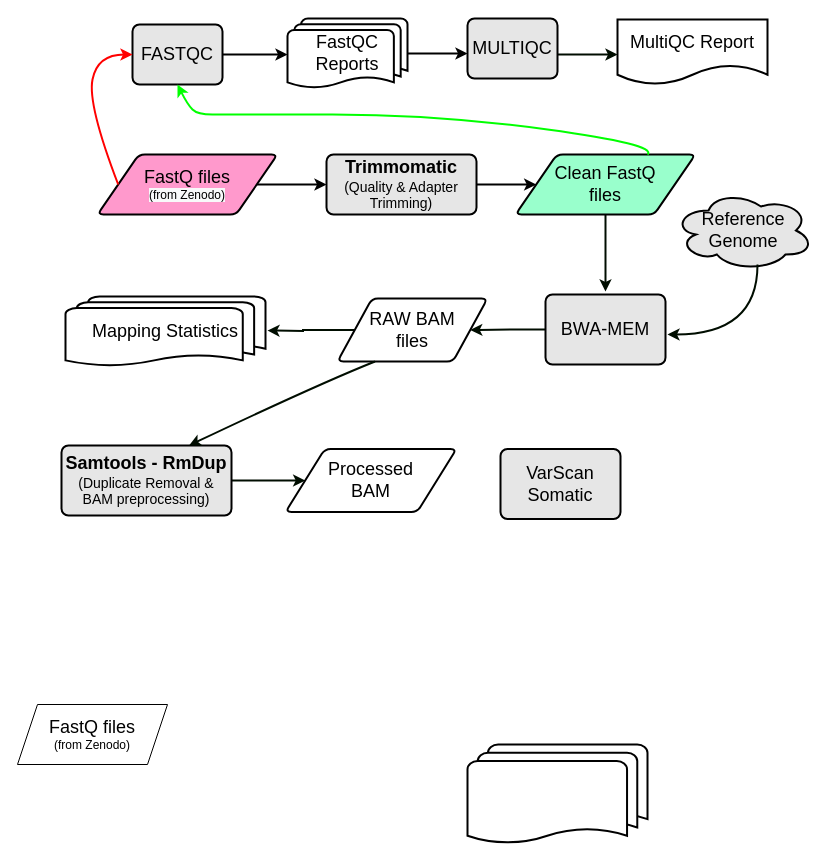
Earlier version of the draw.io diagram Untitled Diagram.drawio (orindacynthia21/Somatic-and-Germline-variant-Identification-from-Tumor-and-normal-Sample-Pairs). Source tidied: cells renumbered, new cells numbered last; positions are measured from the earlier drawing's top-left corner, leaving out a move shared by most shapes. Both pictures are drawn from the tidied source at 100%, with x=0, y=0 at pixel (17, 18).
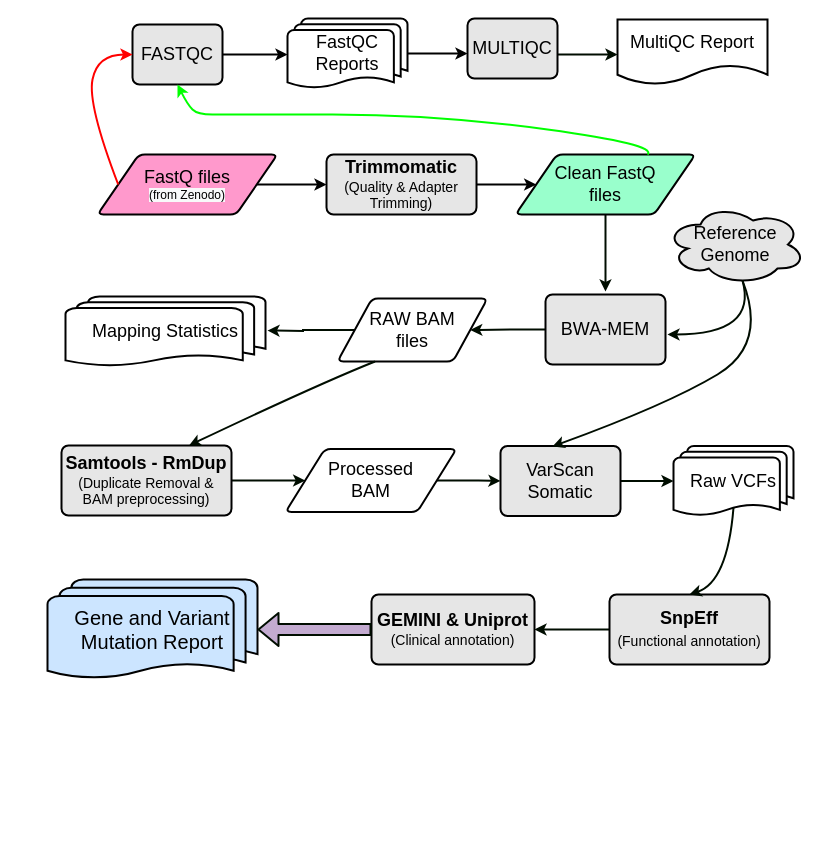
The same page after the edit.

The change refers to these unchanged cells:
```xml
<mxCell id="29" value="&lt;font style=&quot;color: rgb(0 , 0 , 0) ; font-family: &amp;#34;helvetica&amp;#34; ; font-style: normal ; font-weight: normal ; letter-spacing: normal ; text-align: center ; text-indent: 0px ; text-transform: none ; word-spacing: 0px ; text-decoration: none ; font-size: 18px&quot;&gt;Processed &lt;br&gt;BAM&lt;/font&gt;" style="shape=parallelogram;html=1;strokeWidth=2;perimeter=parallelogramPerimeter;whiteSpace=wrap;rounded=1;arcSize=12;size=0.23;fillColor=#FFFFFF;" parent="1" vertex="1">
  <mxGeometry x="268" y="430.5" width="171" height="63" as="geometry" />
</mxCell>
```

The edit, as a diff of the source:
```diff
@@
-    <mxCell id="2" style="strokeWidth=2;html=1;shape=mxgraph.flowchart.multi-document;whiteSpace=wrap;" parent="1" vertex="1">
-      <mxGeometry x="450" y="726" width="180" height="100" as="geometry" />
+    <mxCell id="2" value="&lt;font style=&quot;font-size: 20px&quot;&gt;Gene and Variant &lt;br&gt;Mutation Report&lt;/font&gt;" style="strokeWidth=2;html=1;shape=mxgraph.flowchart.multi-document;whiteSpace=wrap;fontSize=20;fillColor=#CCE5FF;" parent="1" vertex="1">
+      <mxGeometry x="30" y="561" width="210" height="100" as="geometry" />
     </mxCell>
-    <mxCell id="3" value="&lt;font style=&quot;font-size: 18px&quot;&gt;FastQ files&lt;br&gt;&lt;/font&gt;(from Zenodo)" style="shape=parallelogram;perimeter=parallelogramPerimeter;whiteSpace=wrap;html=1;fixedSize=1;" parent="1" vertex="1">
-      <mxGeometry y="686" width="150" height="60" as="geometry" />
-    </mxCell>
@@
     <mxCell id="23" value="&lt;font style=&quot;font-size: 18px&quot;&gt;Reference Genome&lt;/font&gt;" style="ellipse;shape=cloud;whiteSpace=wrap;html=1;strokeWidth=2;fillColor=#E6E6E6;" parent="1" vertex="1">
-      <mxGeometry x="656" y="172" width="140" height="80" as="geometry" />
+      <mxGeometry x="648" y="186" width="140" height="80" as="geometry" />
     </mxCell>
-    <mxCell id="24" style="curved=1;endArrow=classic;html=1;strokeColor=#000D00;strokeWidth=2;" parent="1" edge="1">
+    <mxCell id="24" style="curved=1;endArrow=classic;html=1;strokeColor=#000D00;strokeWidth=2;exitX=0.55;exitY=0.95;exitDx=0;exitDy=0;exitPerimeter=0;" parent="1" edge="1" source="23">
       <mxGeometry relative="1" as="geometry">
-        <mxPoint x="740" y="246" as="sourcePoint" />
         <mxPoint x="650" y="316" as="targetPoint" />
         <Array as="points">
           <mxPoint x="740" y="316" />
         </Array>
       </mxGeometry>
     </mxCell>
@@
+    <mxCell id="31" style="edgeStyle=orthogonalEdgeStyle;rounded=0;jumpSize=10;jettySize=auto;html=1;exitX=1;exitY=0.5;exitDx=0;exitDy=0;entryX=0;entryY=0.5;entryDx=0;entryDy=0;strokeColor=#000D00;strokeWidth=2;" parent="1" edge="1" source="29" target="30">
+      <mxGeometry relative="1" as="geometry" />
+    </mxCell>
@@
+    <mxCell id="32" style="edgeStyle=orthogonalEdgeStyle;rounded=0;jumpSize=10;jettySize=auto;html=1;entryX=0;entryY=0.5;entryDx=0;entryDy=0;entryPerimeter=0;strokeColor=#000D00;strokeWidth=2;" parent="1" edge="1" source="30" target="34">
+      <mxGeometry relative="1" as="geometry" />
+    </mxCell>
     <mxCell id="30" value="&lt;font style=&quot;font-size: 18px&quot;&gt;VarScan&lt;br&gt;Somatic&lt;br&gt;&lt;/font&gt;" style="rounded=1;whiteSpace=wrap;html=1;absoluteArcSize=1;arcSize=14;strokeWidth=2;fillColor=#E6E6E6;" parent="1" vertex="1">
-      <mxGeometry x="483" y="430.5" width="120" height="70" as="geometry" />
+      <mxGeometry x="483" y="427.5" width="120" height="70" as="geometry" />
     </mxCell>
+    <mxCell id="33" style="curved=1;endArrow=classic;html=1;strokeColor=#000D00;strokeWidth=2;entryX=0.433;entryY=0.007;entryDx=0;entryDy=0;entryPerimeter=0;exitX=0.55;exitY=0.95;exitDx=0;exitDy=0;exitPerimeter=0;" parent="1" edge="1" source="23" target="30">
+      <mxGeometry relative="1" as="geometry">
+        <Array as="points">
+          <mxPoint x="750" y="326" />
+          <mxPoint x="650" y="386" />
+        </Array>
+      </mxGeometry>
+    </mxCell>
+    <mxCell id="34" value="&lt;font style=&quot;font-size: 18px&quot;&gt;Raw VCFs&lt;/font&gt;" style="strokeWidth=2;html=1;shape=mxgraph.flowchart.multi-document;whiteSpace=wrap;" parent="1" vertex="1">
+      <mxGeometry x="656" y="427.5" width="120" height="70" as="geometry" />
+    </mxCell>
+    <mxCell id="35" style="edgeStyle=orthogonalEdgeStyle;rounded=0;jumpSize=10;jettySize=auto;html=1;entryX=1;entryY=0.5;entryDx=0;entryDy=0;strokeColor=#000D00;strokeWidth=2;" parent="1" edge="1" source="36" target="38">
+      <mxGeometry relative="1" as="geometry" />
+    </mxCell>
+    <mxCell id="36" value="&lt;font style=&quot;font-size: 18px&quot;&gt;&lt;b&gt;SnpEff&lt;/b&gt;&lt;br style=&quot;font-size: 12px&quot;&gt;&lt;font style=&quot;font-size: 14px&quot;&gt;(Functional annotation)&lt;/font&gt;&lt;br&gt;&lt;/font&gt;" style="rounded=1;whiteSpace=wrap;html=1;absoluteArcSize=1;arcSize=14;strokeWidth=2;fillColor=#E6E6E6;" parent="1" vertex="1">
+      <mxGeometry x="592" y="576" width="160" height="70" as="geometry" />
+    </mxCell>
+    <mxCell id="37" style="curved=1;endArrow=classic;html=1;strokeColor=#000D00;strokeWidth=2;entryX=0.5;entryY=0;entryDx=0;entryDy=0;exitX=0.5;exitY=0.88;exitDx=0;exitDy=0;exitPerimeter=0;" parent="1" edge="1" source="34" target="36">
+      <mxGeometry relative="1" as="geometry">
+        <Array as="points">
+          <mxPoint x="710" y="563.5" />
+        </Array>
+      </mxGeometry>
+    </mxCell>
+    <mxCell id="38" value="&lt;font&gt;&lt;font size=&quot;4&quot;&gt;&lt;b&gt;GEMINI &amp;amp; Uniprot&lt;br&gt;&lt;/b&gt;&lt;/font&gt;&lt;font style=&quot;font-size: 14px&quot;&gt;(Clinical annotation)&lt;/font&gt;&lt;br&gt;&lt;/font&gt;" style="rounded=1;whiteSpace=wrap;html=1;absoluteArcSize=1;arcSize=14;strokeWidth=2;fillColor=#E6E6E6;" parent="1" vertex="1">
+      <mxGeometry x="354" y="576" width="163" height="70" as="geometry" />
+    </mxCell>
+    <mxCell id="39" style="shape=flexArrow;endArrow=classic;html=1;strokeColor=#000D00;strokeWidth=2;exitX=0;exitY=0.5;exitDx=0;exitDy=0;fillColor=#C3ABD0;" parent="1" edge="1" source="38" target="2">
+      <mxGeometry relative="1" as="geometry" />
+    </mxCell>
```
